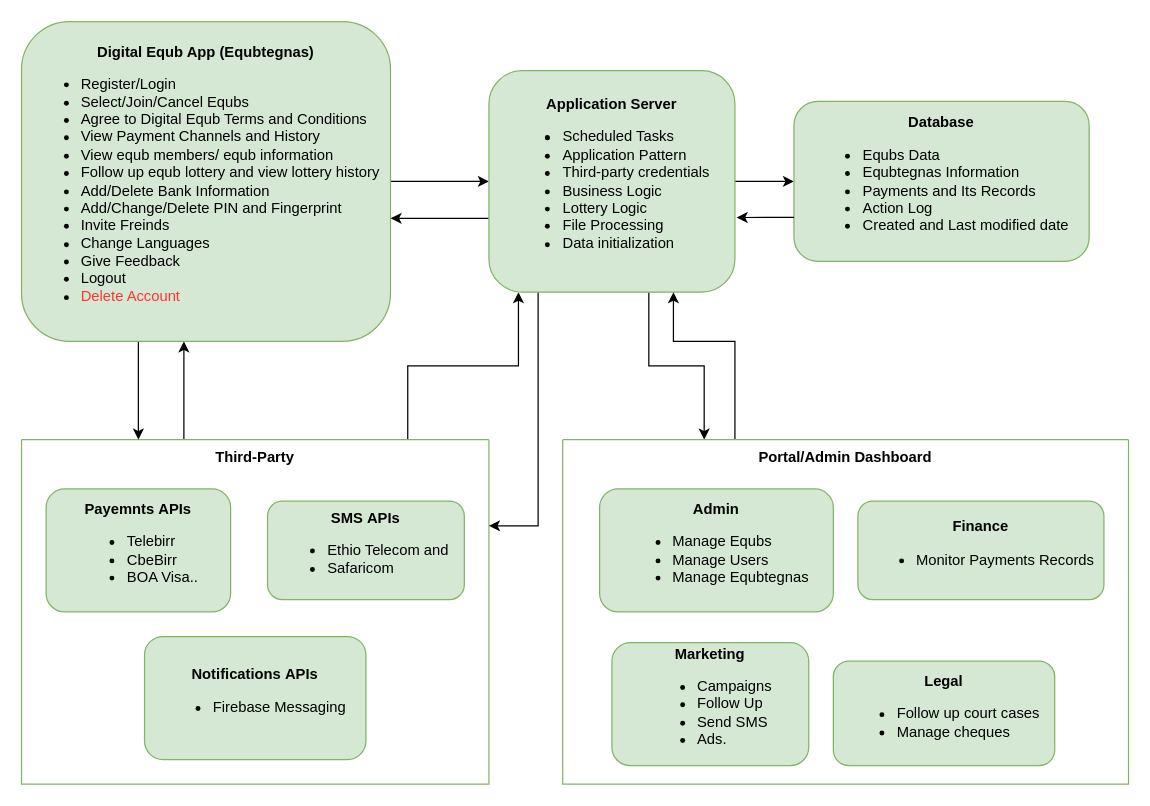
fasil712/UML_Diagram_Design keeps this draw.io diagram as page "Page-1" (1 of 5) of Digital Equb DFD.drawio. Above is the earlier version. Source tidied: cells renumbered, new cells numbered last; positions are measured from the earlier drawing's top-left corner, leaving out a move shared by most shapes. Both pictures are drawn from the tidied source at 123%, with x=0, y=0 at pixel (21, 21).
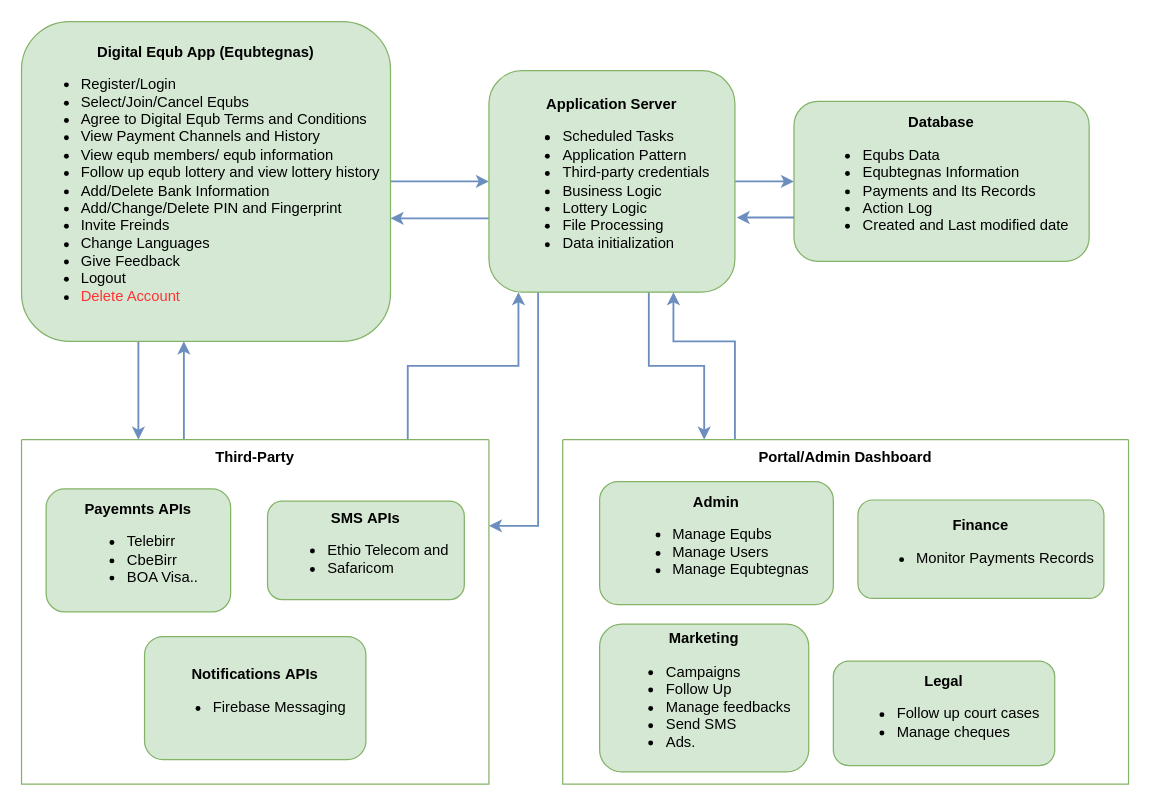
Above is the later version.

Unchanged cells that the change refers to:
```xml
<mxCell id="4" value="&#10;&#10;Third-Party" style="swimlane;startSize=0;fillColor=default;strokeColor=#82B366;fillStyle=auto;gradientColor=none;swimlaneFillColor=none;rounded=1;arcSize=29;" parent="1" vertex="1">
  <mxGeometry y="340" width="380" height="280" as="geometry" />
</mxCell>
<mxCell id="10" value="&lt;b&gt;Digital Equb App&amp;nbsp;&lt;span style=&quot;background-color: transparent; color: light-dark(rgb(0, 0, 0), rgb(255, 255, 255));&quot;&gt;(Equbtegnas)&lt;/span&gt;&lt;/b&gt;&lt;div&gt;&lt;ul&gt;&lt;li style=&quot;text-align: justify;&quot;&gt;&lt;span style=&quot;background-color: transparent; color: light-dark(rgb(0, 0, 0), rgb(255, 255, 255));&quot;&gt;Register/Login&lt;/span&gt;&lt;/li&gt;&lt;li style=&quot;text-align: justify;&quot;&gt;Select/Join/Cancel Equbs&lt;/li&gt;&lt;li style=&quot;text-align: justify;&quot;&gt;Agree to Digital Equb Terms and Conditions&lt;/li&gt;&lt;li style=&quot;text-align: justify;&quot;&gt;View Payment Channels and History&amp;nbsp;&amp;nbsp;&lt;/li&gt;&lt;li style=&quot;text-align: justify;&quot;&gt;View equb members/ equb information&lt;/li&gt;&lt;li style=&quot;text-align: justify;&quot;&gt;Follow up equb lottery and view lottery history&lt;/li&gt;&lt;li style=&quot;text-align: justify;&quot;&gt;Add/Delete Bank Information&lt;/li&gt;&lt;li style=&quot;text-align: justify;&quot;&gt;Add/Change/Delete PIN and Fingerprint&lt;/li&gt;&lt;li style=&quot;text-align: justify;&quot;&gt;Invite Freinds&lt;/li&gt;&lt;li style=&quot;text-align: justify;&quot;&gt;Change Languages&lt;/li&gt;&lt;li style=&quot;text-align: justify;&quot;&gt;Give Feedback&lt;/li&gt;&lt;li style=&quot;text-align: justify;&quot;&gt;Logout&lt;/li&gt;&lt;li style=&quot;text-align: justify;&quot;&gt;&lt;font style=&quot;color: rgb(255, 51, 51);&quot;&gt;Delete Account&lt;/font&gt;&lt;/li&gt;&lt;/ul&gt;&lt;/div&gt;" style="whiteSpace=wrap;html=1;rounded=1;glass=0;strokeWidth=1;shadow=0;fillColor=#d5e8d4;strokeColor=#82b366;" parent="1" vertex="1">
  <mxGeometry width="300" height="260" as="geometry" />
</mxCell>
<mxCell id="15" value="&lt;b&gt;Application Server&lt;/b&gt;&lt;br&gt;&lt;div&gt;&lt;ul&gt;&lt;li style=&quot;text-align: justify;&quot;&gt;&lt;li style=&quot;text-align: justify;&quot;&gt;Scheduled Tasks&lt;/li&gt;&lt;li style=&quot;text-align: justify;&quot;&gt;Application Pattern&lt;/li&gt;&lt;li style=&quot;text-align: justify;&quot;&gt;Third-party credentials&lt;/li&gt;&lt;li style=&quot;text-align: justify;&quot;&gt;Business Logic&lt;/li&gt;&lt;li style=&quot;text-align: justify;&quot;&gt;Lottery Logic&lt;/li&gt;&lt;li style=&quot;text-align: justify;&quot;&gt;File Processing&lt;/li&gt;&lt;li style=&quot;text-align: justify;&quot;&gt;Data initialization&lt;/li&gt;&lt;/li&gt;&lt;/ul&gt;&lt;/div&gt;" style="whiteSpace=wrap;html=1;rounded=1;glass=0;strokeWidth=1;shadow=0;fillColor=#d5e8d4;strokeColor=#82b366;" parent="1" vertex="1">
  <mxGeometry x="380" y="40" width="200" height="180" as="geometry" />
</mxCell>
<mxCell id="16" value="&lt;b&gt;Database&lt;/b&gt;&lt;br&gt;&lt;div&gt;&lt;ul&gt;&lt;li style=&quot;text-align: justify;&quot;&gt;Equbs Data&lt;/li&gt;&lt;li style=&quot;text-align: justify;&quot;&gt;Equbtegnas Information&lt;/li&gt;&lt;li style=&quot;text-align: justify;&quot;&gt;Payments and Its Records&lt;/li&gt;&lt;li style=&quot;text-align: justify;&quot;&gt;Action Log&lt;/li&gt;&lt;li style=&quot;text-align: justify;&quot;&gt;Created and Last modified date&lt;/li&gt;&lt;/ul&gt;&lt;/div&gt;" style="whiteSpace=wrap;html=1;rounded=1;glass=0;strokeWidth=1;shadow=0;fillColor=#d5e8d4;strokeColor=#82b366;" parent="1" vertex="1">
  <mxGeometry x="628" y="65" width="240" height="130" as="geometry" />
</mxCell>
<mxCell id="18" value="&#10;&#10;Portal/Admin Dashboard" style="swimlane;startSize=0;fillColor=default;strokeColor=#82B366;fillStyle=auto;gradientColor=none;swimlaneFillColor=none;rounded=1;arcSize=29;" parent="1" vertex="1">
  <mxGeometry x="440" y="340" width="460" height="280" as="geometry" />
</mxCell>
```

The edit, as a diff of the source:
```diff
@@
-    <mxCell id="2" style="edgeStyle=orthogonalEdgeStyle;rounded=0;orthogonalLoop=1;jettySize=auto;html=1;entryX=0.5;entryY=1;entryDx=0;entryDy=0;" parent="1" edge="1">
+    <mxCell id="2" style="edgeStyle=orthogonalEdgeStyle;rounded=0;orthogonalLoop=1;jettySize=auto;html=1;entryX=0.5;entryY=1;entryDx=0;entryDy=0;fillColor=#dae8fc;strokeColor=#6c8ebf;strokeWidth=1.5;" parent="1" edge="1">
       <mxGeometry relative="1" as="geometry">
         <mxPoint x="132" y="340" as="sourcePoint" />
         <mxPoint x="132" y="260" as="targetPoint" />
         <Array as="points">
           <mxPoint x="132" y="320" />
           <mxPoint x="132" y="320" />
         </Array>
       </mxGeometry>
     </mxCell>
-    <mxCell id="3" style="edgeStyle=orthogonalEdgeStyle;rounded=0;orthogonalLoop=1;jettySize=auto;html=1;entryX=0.25;entryY=1;entryDx=0;entryDy=0;" parent="1" edge="1">
+    <mxCell id="3" style="edgeStyle=orthogonalEdgeStyle;rounded=0;orthogonalLoop=1;jettySize=auto;html=1;entryX=0.25;entryY=1;entryDx=0;entryDy=0;fillColor=#dae8fc;strokeColor=#6c8ebf;strokeWidth=1.5;" parent="1" edge="1">
       <mxGeometry relative="1" as="geometry">
         <mxPoint x="314" y="340" as="sourcePoint" />
         <mxPoint x="404" y="220" as="targetPoint" />
         <Array as="points">
           <mxPoint x="314" y="280" />
           <mxPoint x="404" y="280" />
         </Array>
       </mxGeometry>
     </mxCell>
@@
-    <mxCell id="8" style="edgeStyle=orthogonalEdgeStyle;rounded=0;jettySize=auto;html=1;entryX=0;entryY=0.5;entryDx=0;entryDy=0;" parent="1" edge="1" source="10" target="15">
+    <mxCell id="8" style="edgeStyle=orthogonalEdgeStyle;rounded=0;jettySize=auto;html=1;entryX=0;entryY=0.5;entryDx=0;entryDy=0;fillColor=#dae8fc;strokeColor=#6c8ebf;strokeWidth=1.5;" parent="1" edge="1" source="10" target="15">
       <mxGeometry relative="1" as="geometry" />
     </mxCell>
-    <mxCell id="9" style="edgeStyle=orthogonalEdgeStyle;rounded=0;jettySize=auto;html=1;entryX=0.25;entryY=0;entryDx=0;entryDy=0;" parent="1" edge="1" source="10" target="4">
+    <mxCell id="9" style="edgeStyle=orthogonalEdgeStyle;rounded=0;jettySize=auto;html=1;entryX=0.25;entryY=0;entryDx=0;entryDy=0;fillColor=#dae8fc;strokeColor=#6c8ebf;strokeWidth=1.5;" parent="1" edge="1" source="10" target="4">
       <mxGeometry relative="1" as="geometry">
         <Array as="points">
           <mxPoint x="95" y="280" />
           <mxPoint x="95" y="280" />
         </Array>
       </mxGeometry>
     </mxCell>
@@
-    <mxCell id="11" style="edgeStyle=orthogonalEdgeStyle;rounded=0;jettySize=auto;html=1;entryX=0;entryY=0.5;entryDx=0;entryDy=0;" parent="1" edge="1" source="15" target="16">
+    <mxCell id="11" style="edgeStyle=orthogonalEdgeStyle;rounded=0;jettySize=auto;html=1;entryX=0;entryY=0.5;entryDx=0;entryDy=0;fillColor=#dae8fc;strokeColor=#6c8ebf;strokeWidth=1.5;" parent="1" edge="1" source="15" target="16">
       <mxGeometry relative="1" as="geometry" />
     </mxCell>
-    <mxCell id="12" style="edgeStyle=orthogonalEdgeStyle;rounded=0;orthogonalLoop=1;jettySize=auto;html=1;entryX=1;entryY=0.75;entryDx=0;entryDy=0;" parent="1" edge="1">
+    <mxCell id="12" style="edgeStyle=orthogonalEdgeStyle;rounded=0;orthogonalLoop=1;jettySize=auto;html=1;entryX=1;entryY=0.75;entryDx=0;entryDy=0;fillColor=#dae8fc;strokeColor=#6c8ebf;strokeWidth=1.5;" parent="1" edge="1">
       <mxGeometry relative="1" as="geometry">
         <mxPoint x="380" y="160" as="sourcePoint" />
         <mxPoint x="300" y="160" as="targetPoint" />
         <Array as="points">
           <mxPoint x="360" y="160" />
           <mxPoint x="360" y="160" />
         </Array>
       </mxGeometry>
     </mxCell>
-    <mxCell id="13" style="edgeStyle=orthogonalEdgeStyle;rounded=0;jettySize=auto;html=1;entryX=0.25;entryY=0;entryDx=0;entryDy=0;" parent="1" edge="1" source="15" target="18">
+    <mxCell id="13" style="edgeStyle=orthogonalEdgeStyle;rounded=0;jettySize=auto;html=1;entryX=0.25;entryY=0;entryDx=0;entryDy=0;fillColor=#dae8fc;strokeColor=#6c8ebf;strokeWidth=1.5;" parent="1" edge="1" source="15" target="18">
       <mxGeometry relative="1" as="geometry">
         <Array as="points">
           <mxPoint x="510" y="280" />
           <mxPoint x="555" y="280" />
         </Array>
       </mxGeometry>
     </mxCell>
-    <mxCell id="14" style="edgeStyle=orthogonalEdgeStyle;rounded=0;jettySize=auto;html=1;entryX=1;entryY=0.25;entryDx=0;entryDy=0;" parent="1" edge="1" source="15" target="4">
+    <mxCell id="14" style="edgeStyle=orthogonalEdgeStyle;rounded=0;jettySize=auto;html=1;entryX=1;entryY=0.25;entryDx=0;entryDy=0;fillColor=#dae8fc;strokeColor=#6c8ebf;strokeWidth=1.5;" parent="1" edge="1" source="15" target="4">
       <mxGeometry relative="1" as="geometry">
         <Array as="points">
           <mxPoint x="420" y="410" />
         </Array>
       </mxGeometry>
     </mxCell>
@@
-    <mxCell id="17" style="edgeStyle=orthogonalEdgeStyle;rounded=0;jettySize=auto;html=1;entryX=0.75;entryY=1;entryDx=0;entryDy=0;" parent="1" edge="1" source="18" target="15">
+    <mxCell id="17" style="edgeStyle=orthogonalEdgeStyle;rounded=0;jettySize=auto;html=1;entryX=0.75;entryY=1;entryDx=0;entryDy=0;fillColor=#dae8fc;strokeColor=#6c8ebf;strokeWidth=1.5;" parent="1" edge="1" source="18" target="15">
       <mxGeometry relative="1" as="geometry">
         <Array as="points">
           <mxPoint x="580" y="260" />
           <mxPoint x="530" y="260" />
         </Array>
       </mxGeometry>
     </mxCell>
@@
-    <mxCell id="19" value="&lt;div&gt;&lt;b&gt;Marketing&lt;/b&gt;&lt;/div&gt;&lt;div&gt;&lt;ul&gt;&lt;li style=&quot;text-align: justify;&quot;&gt;Campaigns&lt;/li&gt;&lt;li style=&quot;text-align: justify;&quot;&gt;Follow Up&lt;/li&gt;&lt;li style=&quot;text-align: justify;&quot;&gt;Send SMS&lt;/li&gt;&lt;li style=&quot;text-align: justify;&quot;&gt;Ads.&lt;/li&gt;&lt;/ul&gt;&lt;/div&gt;" style="rounded=1;whiteSpace=wrap;html=1;fontSize=12;glass=0;strokeWidth=1;shadow=0;align=center;fillColor=#d5e8d4;strokeColor=#82b366;" parent="18" vertex="1">
-      <mxGeometry x="40" y="165" width="160" height="100" as="geometry" />
+    <mxCell id="19" value="&lt;div&gt;&lt;b&gt;Marketing&lt;/b&gt;&lt;/div&gt;&lt;div&gt;&lt;ul&gt;&lt;li style=&quot;text-align: justify;&quot;&gt;Campaigns&lt;/li&gt;&lt;li style=&quot;text-align: justify;&quot;&gt;Follow Up&lt;/li&gt;&lt;li style=&quot;text-align: justify;&quot;&gt;Manage feedbacks&lt;/li&gt;&lt;li style=&quot;text-align: justify;&quot;&gt;Send SMS&lt;/li&gt;&lt;li style=&quot;text-align: justify;&quot;&gt;Ads.&lt;/li&gt;&lt;/ul&gt;&lt;/div&gt;" style="rounded=1;whiteSpace=wrap;html=1;fontSize=12;glass=0;strokeWidth=1;shadow=0;align=center;fillColor=#d5e8d4;strokeColor=#82b366;" parent="18" vertex="1">
+      <mxGeometry x="30" y="150" width="170" height="120" as="geometry" />
     </mxCell>
     <mxCell id="20" value="&lt;div&gt;&lt;b&gt;Admin&lt;/b&gt;&lt;/div&gt;&lt;div&gt;&lt;ul&gt;&lt;li style=&quot;text-align: justify;&quot;&gt;Manage Equbs&lt;/li&gt;&lt;li style=&quot;text-align: justify;&quot;&gt;Manage Users&lt;/li&gt;&lt;li style=&quot;text-align: justify;&quot;&gt;Manage Equbtegnas&lt;/li&gt;&lt;/ul&gt;&lt;/div&gt;" style="rounded=1;whiteSpace=wrap;html=1;fontSize=12;glass=0;strokeWidth=1;shadow=0;align=center;fillColor=#d5e8d4;strokeColor=#82b366;" parent="18" vertex="1">
-      <mxGeometry x="30" y="40" width="190" height="100" as="geometry" />
+      <mxGeometry x="30" y="34" width="190" height="100" as="geometry" />
     </mxCell>
     <mxCell id="21" value="&lt;div&gt;&lt;b&gt;Finance&lt;/b&gt;&lt;/div&gt;&lt;div&gt;&lt;div style=&quot;text-align: justify;&quot;&gt;&lt;ul style=&quot;text-align: center;&quot;&gt;&lt;li style=&quot;text-align: justify;&quot;&gt;Monitor Payments Records&lt;/li&gt;&lt;/ul&gt;&lt;/div&gt;&lt;/div&gt;" style="rounded=1;whiteSpace=wrap;html=1;fontSize=12;glass=0;strokeWidth=1;shadow=0;align=center;fillColor=#d5e8d4;strokeColor=#82b366;" parent="18" vertex="1">
-      <mxGeometry x="240" y="50" width="200" height="80" as="geometry" />
+      <mxGeometry x="240" y="49" width="200" height="80" as="geometry" />
     </mxCell>
@@
-    <mxCell id="23" style="edgeStyle=orthogonalEdgeStyle;rounded=0;jettySize=auto;html=1;entryX=1.007;entryY=0.663;entryDx=0;entryDy=0;entryPerimeter=0;" parent="1" edge="1" source="16" target="15">
+    <mxCell id="23" style="edgeStyle=orthogonalEdgeStyle;rounded=0;jettySize=auto;html=1;entryX=1.007;entryY=0.663;entryDx=0;entryDy=0;entryPerimeter=0;fillColor=#dae8fc;strokeColor=#6c8ebf;strokeWidth=1.5;" parent="1" edge="1" source="16" target="15">
       <mxGeometry relative="1" as="geometry">
         <Array as="points">
           <mxPoint x="620" y="160" />
         </Array>
       </mxGeometry>
     </mxCell>
```
